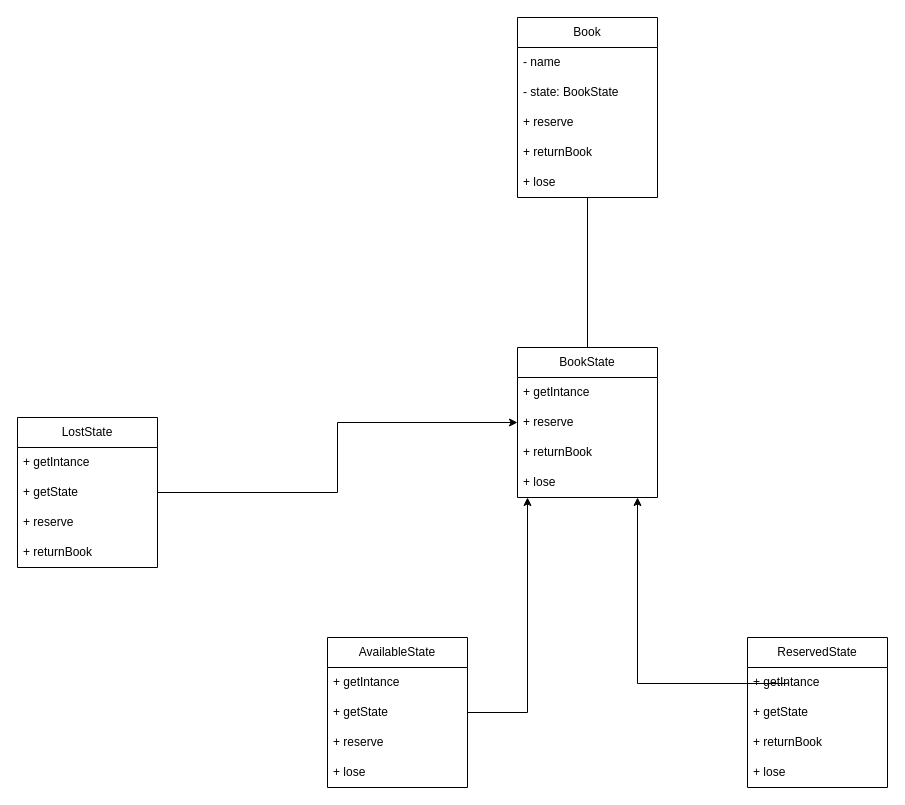
Above: diagramas/behavior_patterns/State.drawio in GustavoMedeiros-A/padrao-de-projeto (draw.io), before the change. Source tidied: cells renumbered, new cells numbered last; positions are measured from the earlier drawing's top-left corner, leaving out a move shared by most shapes. Both pictures are drawn from the tidied source at 100%, with x=0, y=0 at pixel (17, 17).
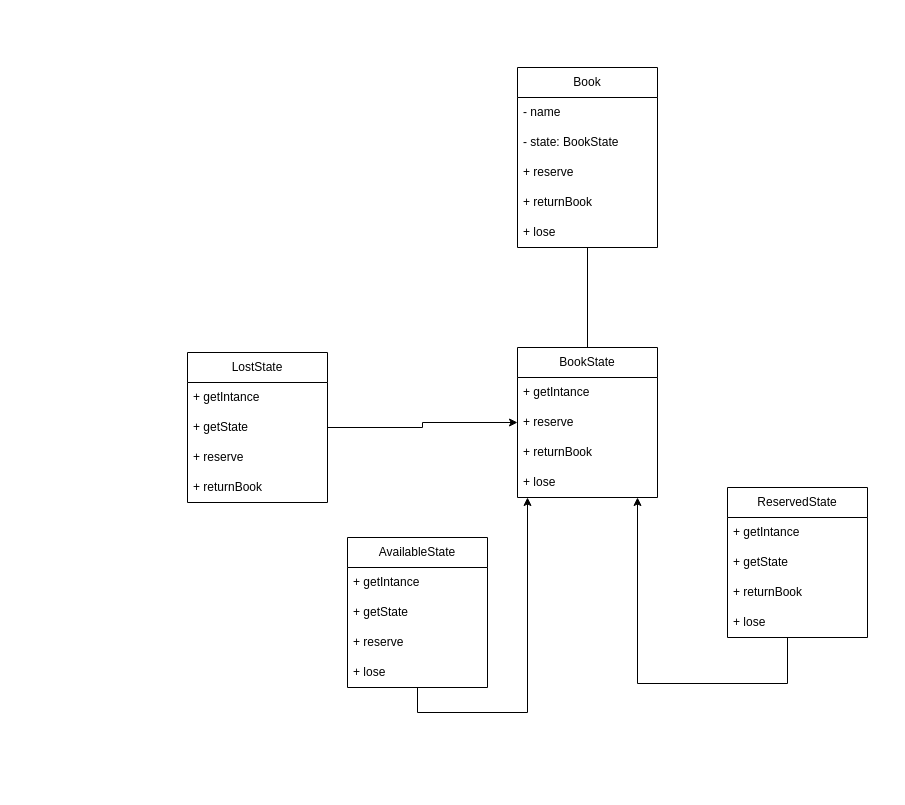
Above is the later version.

Unchanged cells that the change refers to:
```xml
<mxCell id="2" value="BookState" style="swimlane;fontStyle=0;horizontal=1;startSize=30;whiteSpace=wrap;html=1;" parent="1" vertex="1">
  <mxGeometry x="500" y="330" width="140" height="150" as="geometry" />
</mxCell>
```

The edit, as a diff of the source:
```diff
@@
     <mxCell id="7" value="Book" style="swimlane;fontStyle=0;horizontal=1;startSize=30;whiteSpace=wrap;html=1;" parent="1" vertex="1">
-      <mxGeometry x="500" width="140" height="180" as="geometry" />
+      <mxGeometry x="500" y="50" width="140" height="180" as="geometry" />
     </mxCell>
@@
     <mxCell id="15" value="AvailableState" style="swimlane;fontStyle=0;horizontal=1;startSize=30;whiteSpace=wrap;html=1;" parent="1" vertex="1">
-      <mxGeometry x="310" y="620" width="140" height="150" as="geometry" />
+      <mxGeometry x="330" y="520" width="140" height="150" as="geometry" />
     </mxCell>
@@
-    <mxCell id="20" style="edgeStyle=orthogonalEdgeStyle;rounded=0;jettySize=auto;html=1;" parent="1" edge="1" target="2">
+    <mxCell id="20" style="edgeStyle=orthogonalEdgeStyle;rounded=0;jettySize=auto;html=1;" parent="1" edge="1" source="21" target="2">
       <mxGeometry relative="1" as="geometry">
-        <mxPoint x="770" y="665" as="sourcePoint" />
         <Array as="points">
           <mxPoint x="770" y="666" />
           <mxPoint x="620" y="666" />
         </Array>
       </mxGeometry>
     </mxCell>
     <mxCell id="21" value="ReservedState" style="swimlane;fontStyle=0;horizontal=1;startSize=30;whiteSpace=wrap;html=1;" parent="1" vertex="1">
-      <mxGeometry x="730" y="620" width="140" height="150" as="geometry" />
+      <mxGeometry x="710" y="470" width="140" height="150" as="geometry" />
     </mxCell>
@@
     <mxCell id="27" value="LostState" style="swimlane;fontStyle=0;horizontal=1;startSize=30;whiteSpace=wrap;html=1;" parent="1" vertex="1">
-      <mxGeometry y="400" width="140" height="150" as="geometry" />
+      <mxGeometry x="170" y="335" width="140" height="150" as="geometry" />
     </mxCell>
```
